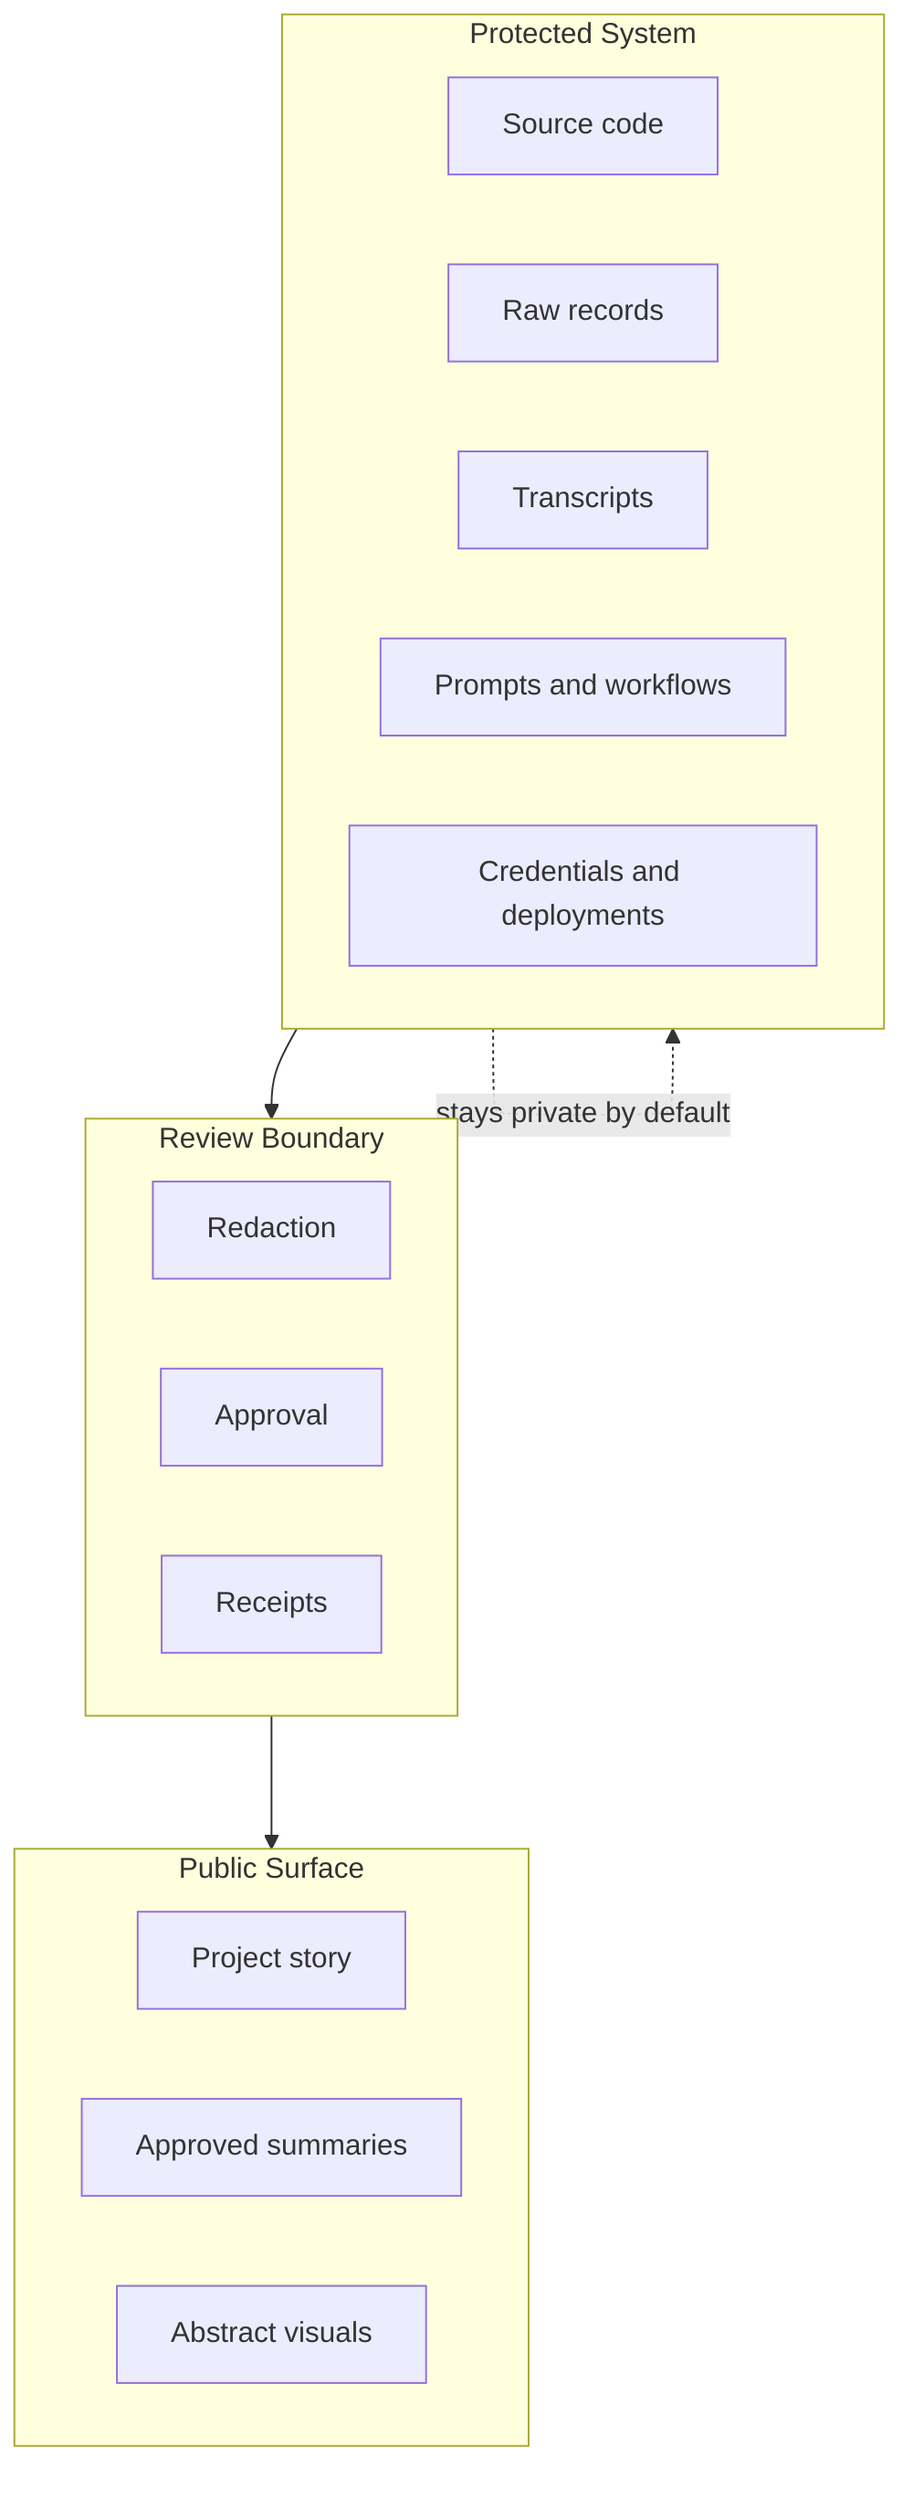
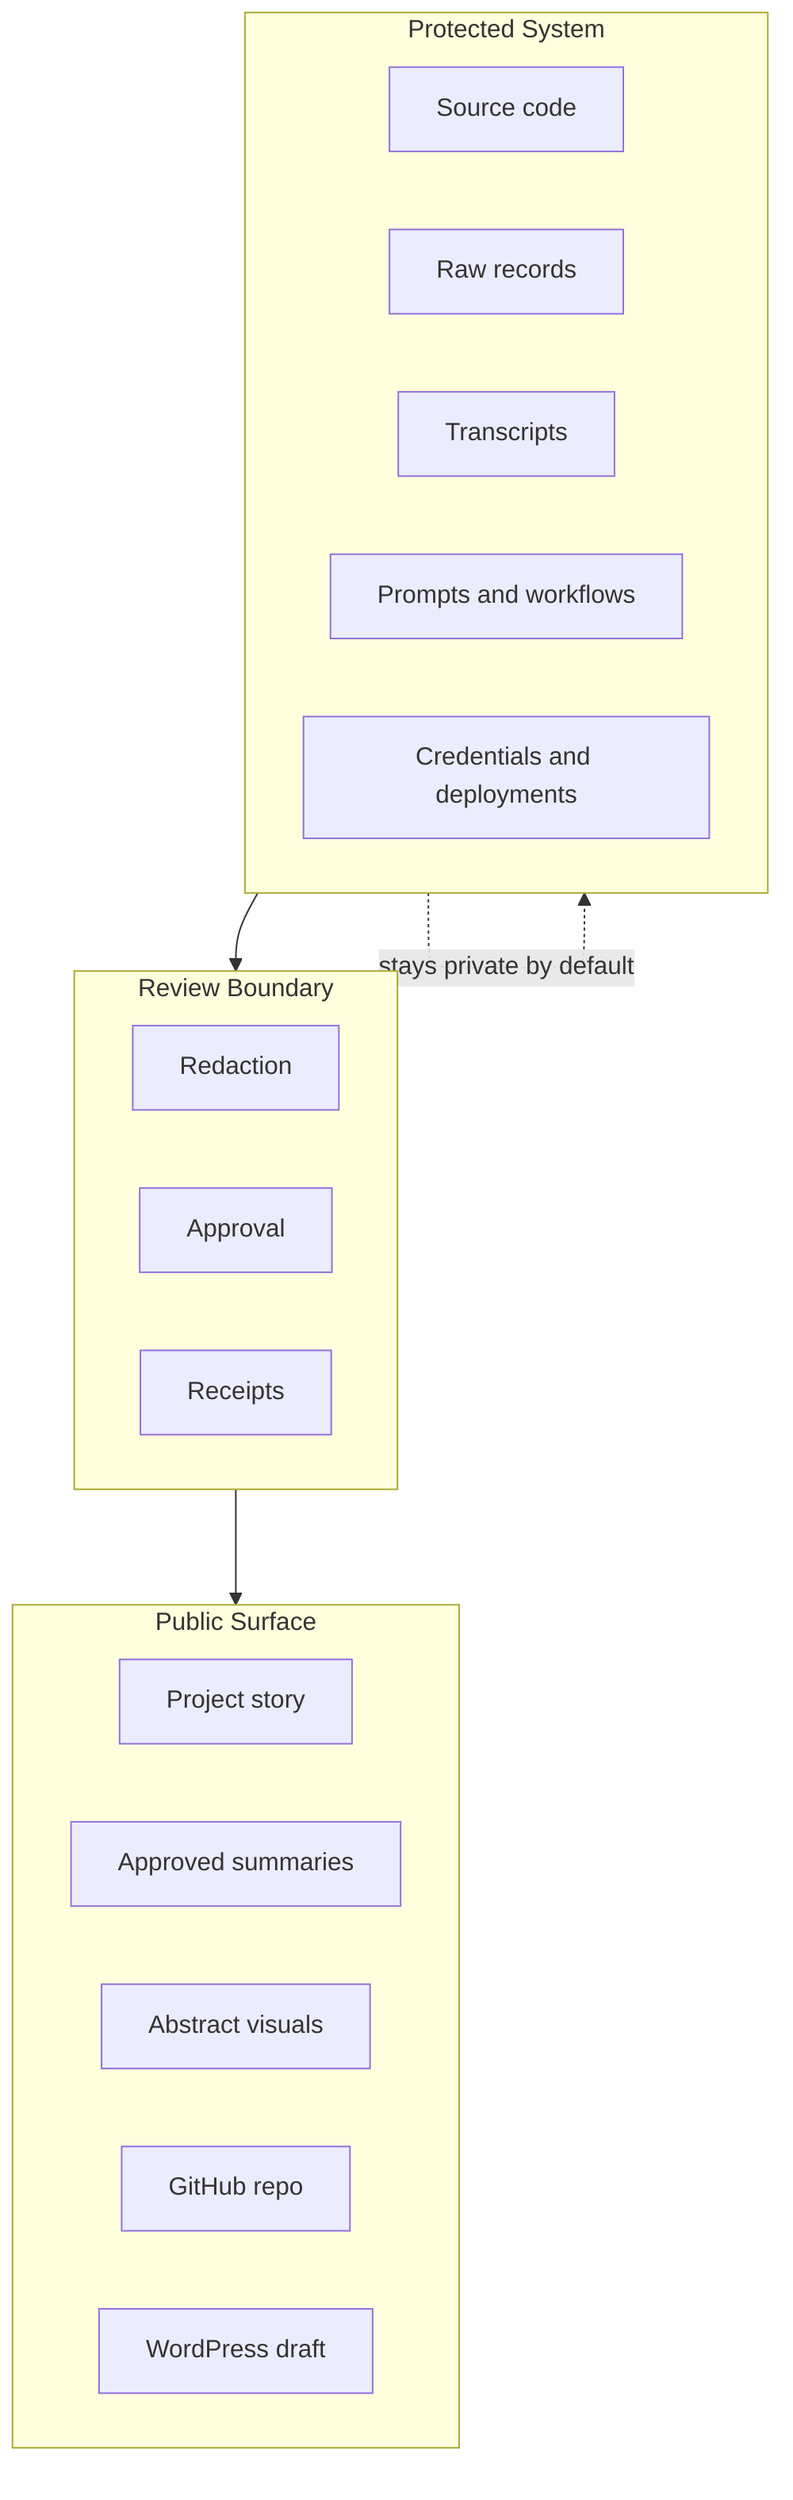
flowchart TB
  subgraph Public["Public Surface"]
    P1["Project story"]
    P2["Approved summaries"]
    P3["Abstract visuals"]
+     P4["GitHub repo"]
+     P5["WordPress draft"]
  end
  subgraph Review["Review Boundary"]
    R1["Redaction"]
    R2["Approval"]
    R3["Receipts"]
  end
  subgraph Private["Protected System"]
    V1["Source code"]
    V2["Raw records"]
    V3["Transcripts"]
    V4["Prompts and workflows"]
    V5["Credentials and deployments"]
  end
  Private --> Review
  Review --> Public
  Private -. "stays private by default" .-> Private

